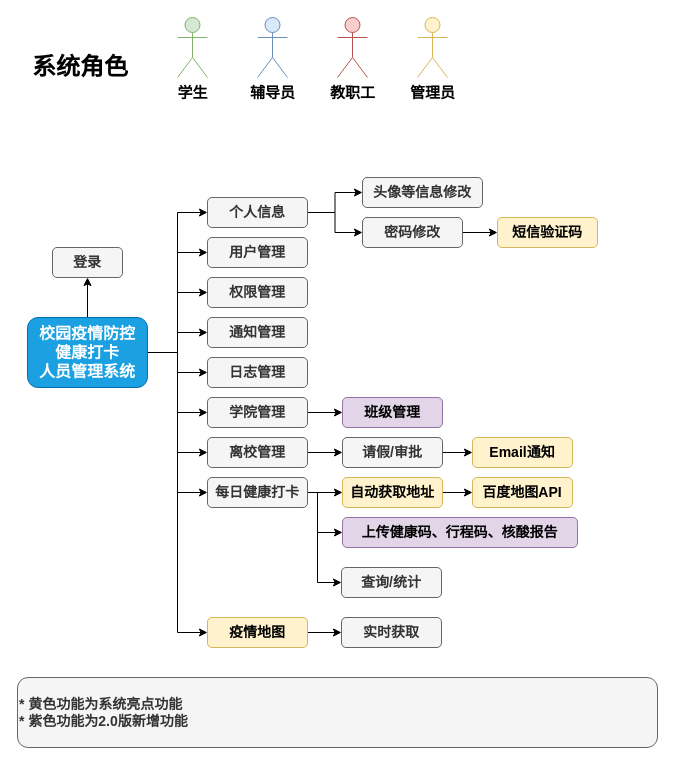
Before: 校园疫情防控基础版.drawio in redcomet88/DRAW, a draw.io diagram. Source tidied: cells renumbered, new cells numbered last; positions are measured from the earlier drawing's top-left corner, leaving out a move shared by most shapes. Both pictures are drawn from the tidied source at 100%, with x=0, y=0 at pixel (17, 17).
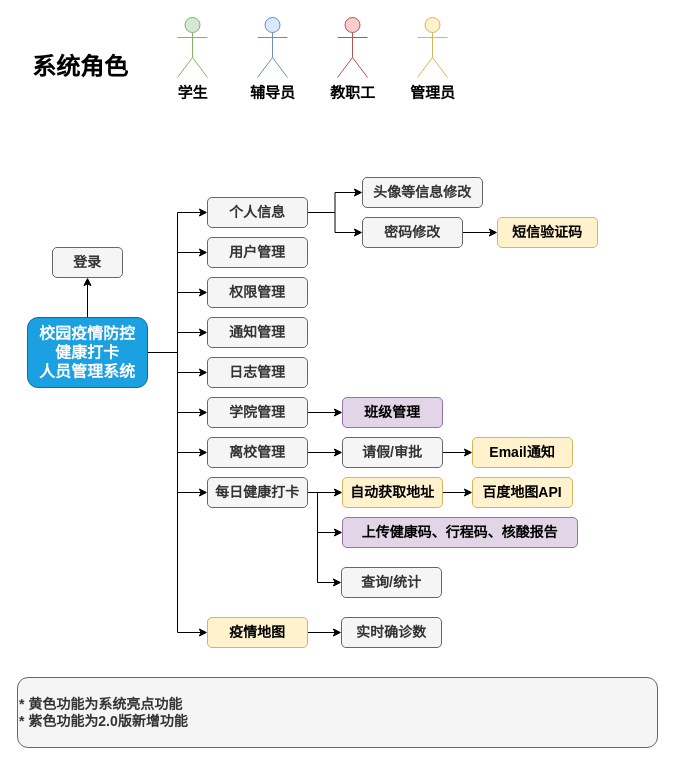
The same diagram, later.

Commit message:
Update 校园疫情防控基础版.drawio

The edit, as a diff of the source:
```diff
@@
-    <mxCell id="41" value="实时获取" style="rounded=1;whiteSpace=wrap;html=1;fontSize=14;fillColor=#f5f5f5;fontColor=#333333;strokeColor=#666666;fontStyle=1;" parent="1" vertex="1">
+    <mxCell id="41" value="实时确诊数" style="rounded=1;whiteSpace=wrap;html=1;fontSize=14;fillColor=#f5f5f5;fontColor=#333333;strokeColor=#666666;fontStyle=1;" parent="1" vertex="1">
       <mxGeometry x="324" y="600" width="100" height="30" as="geometry" />
     </mxCell>
```
